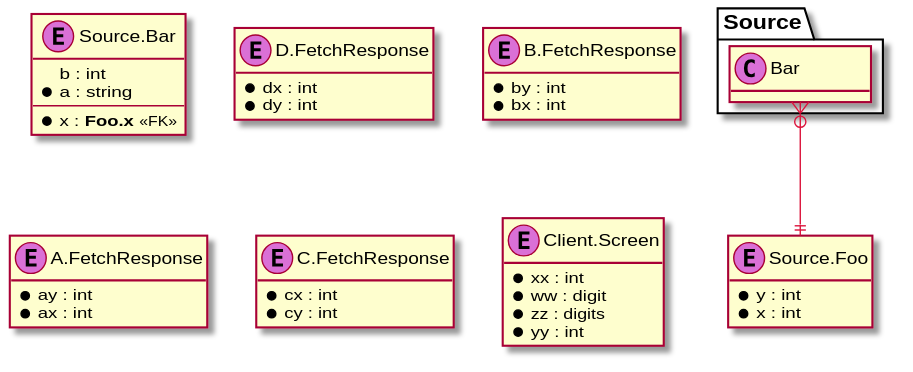
Before: pkg/arrai/out/data_diagram.svg, a diagram exported from PlantUML (anz-bank/sysl).
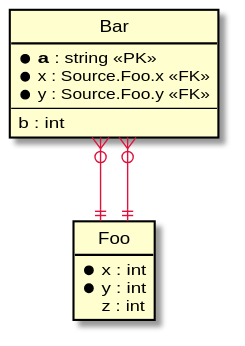
The same file after the commit.

What changed in the source:
```diff
@@ -1,82 +1,26 @@
 @startuml
-skinparam component {
-  BackgroundColor FloralWhite
+skinparam linetype ortho
+skinparam class {
   BorderColor Black
   ArrowColor Crimson
 }
-skinparam stereotypeCBackgroundColor Orchid
+hide circle
 hide methods
 
-entity "Source.Bar" {
+entity "Bar" {
+  * **a** : string <<PK>>
+  * x : Source.Foo.x <<FK>>
+  * y : Source.Foo.y <<FK>>
+  --
   b : int
 }
 
-entity "Source.Bar" {
-  * a : string
-  --
+entity "Foo" {
+  * x : int
+  * y : int
+  z : int
 }
 
-entity "Source.Bar" {
-  * x : **Foo.x** <<FK>>
-}
-
-entity "D.FetchResponse" {
-  * dx : int
-}
-
-entity "B.FetchResponse" {
-  * by : int
-}
-
-entity "A.FetchResponse" {
-  * ay : int
-}
-
-entity "C.FetchResponse" {
-  * cx : int
-}
-
-entity "A.FetchResponse" {
-  * ax : int
-}
-
-entity "B.FetchResponse" {
-  * bx : int
-}
-
-entity "D.FetchResponse" {
-  * dy : int
-}
-
-entity "C.FetchResponse" {
-  * cy : int
-}
-
-entity "Source.Foo" {
-  * y : int
-}
-
-entity "Source.Foo" {
-  * x : int
-}
-
-entity "Client.Screen" {
-  * xx : int
-}
-
-entity "Client.Screen" {
-  * ww : digit
-}
-
-entity "Client.Screen" {
-  * zz : digits
-}
-
-entity "Client.Screen" {
-  * yy : int
-}
-
-
-
-"Source.Bar            " }o--|| "Source.Foo"
+"Bar" }o--|| "Foo"
+"Bar" }o--|| "Foo"
 @enduml
```
